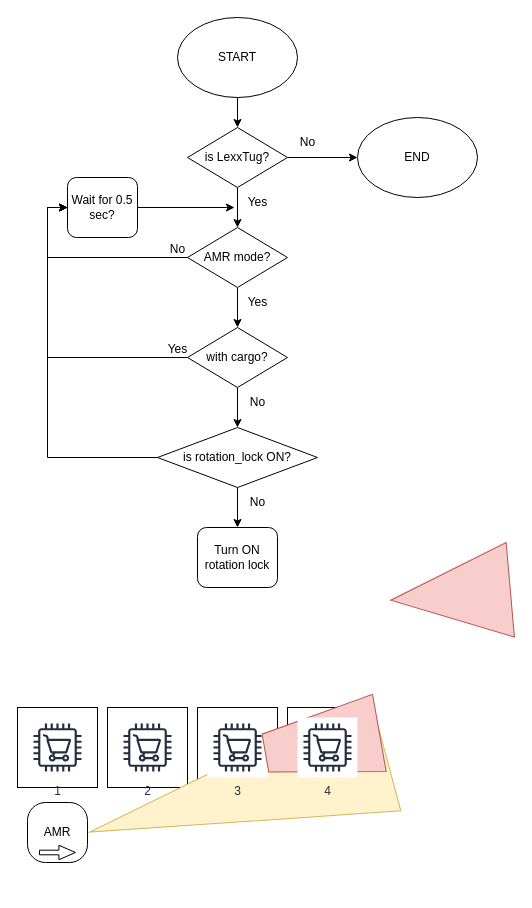
Before: ideation.drawio in sdswoops824/myrepo, a draw.io diagram. Source tidied: cells renumbered, new cells numbered last; positions are measured from the earlier drawing's top-left corner, leaving out a move shared by most shapes. Both pictures are drawn from the tidied source at 100%, with x=0, y=0 at pixel (17, 17).
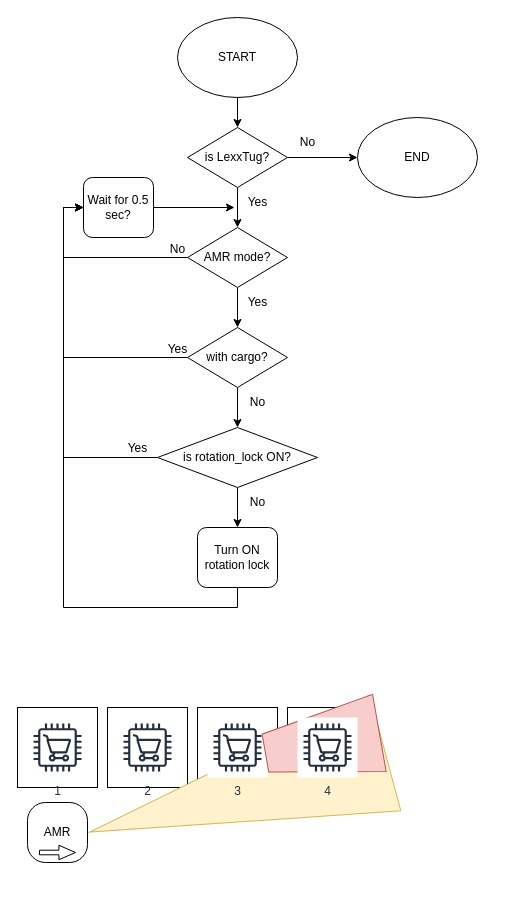
The same diagram, later.

Unchanged cells that the change refers to:
```xml
<mxCell id="14" value="Turn ON rotation lock" style="rounded=1;whiteSpace=wrap;html=1;" parent="1" vertex="1">
  <mxGeometry x="180" y="510" width="80" height="60" as="geometry" />
</mxCell>
```

Change to the diagram source:
```diff
@@
+    <mxCell id="40" style="edgeStyle=orthogonalEdgeStyle;rounded=0;jettySize=auto;html=1;exitX=0.5;exitY=1;exitDx=0;exitDy=0;entryX=0;entryY=0.5;entryDx=0;entryDy=0;" parent="1" edge="1" source="14" target="23">
+      <mxGeometry relative="1" as="geometry" />
+    </mxCell>
@@
     <mxCell id="23" value="Wait for 0.5 sec?" style="rounded=1;whiteSpace=wrap;html=1;" parent="1" vertex="1">
-      <mxGeometry x="50" y="160" width="70" height="60" as="geometry" />
+      <mxGeometry x="66" y="160" width="70" height="60" as="geometry" />
     </mxCell>
@@
-    <mxCell id="35" style="triangle;whiteSpace=wrap;html=1;rotation=-185;fillColor=#f8cecc;strokeColor=#b85450;" parent="1" vertex="1">
-      <mxGeometry x="373" y="530" width="120" height="95" as="geometry" />
-    </mxCell>
@@
+    <mxCell id="41" value="Yes" style="text;html=1;align=center;verticalAlign=middle;strokeColor=none;fillColor=none;" parent="1" vertex="1">
+      <mxGeometry x="100" y="416" width="40" height="30" as="geometry" />
+    </mxCell>
```
